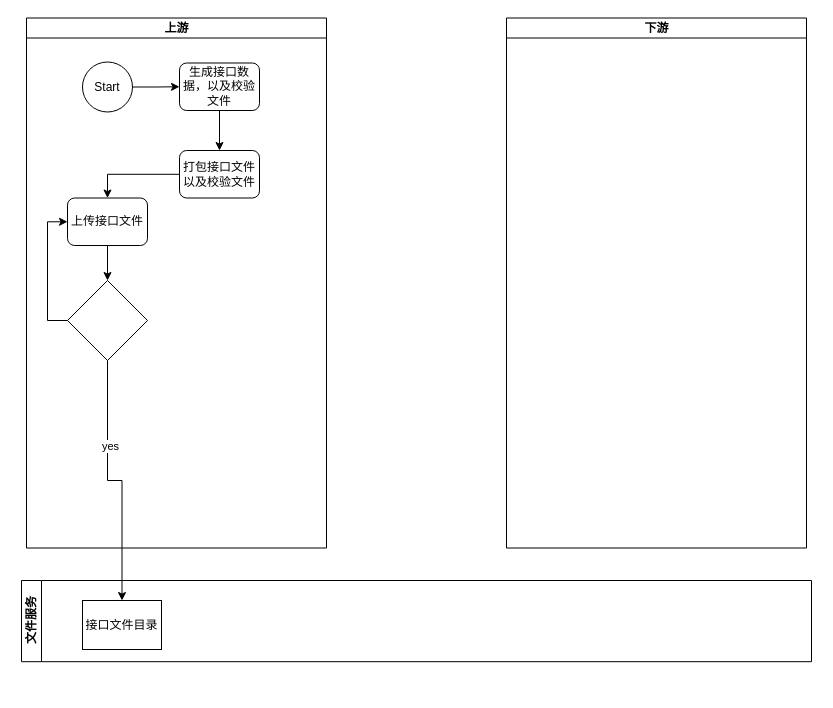
The draw.io diagram 未命名绘图.drawio in lsj188/myPlugin, before the edit. Source tidied: cells renumbered, new cells numbered last; positions are measured from the earlier drawing's top-left corner, leaving out a move shared by most shapes. Both pictures are drawn from the tidied source at 100%, with x=0, y=0 at pixel (-89, 62).
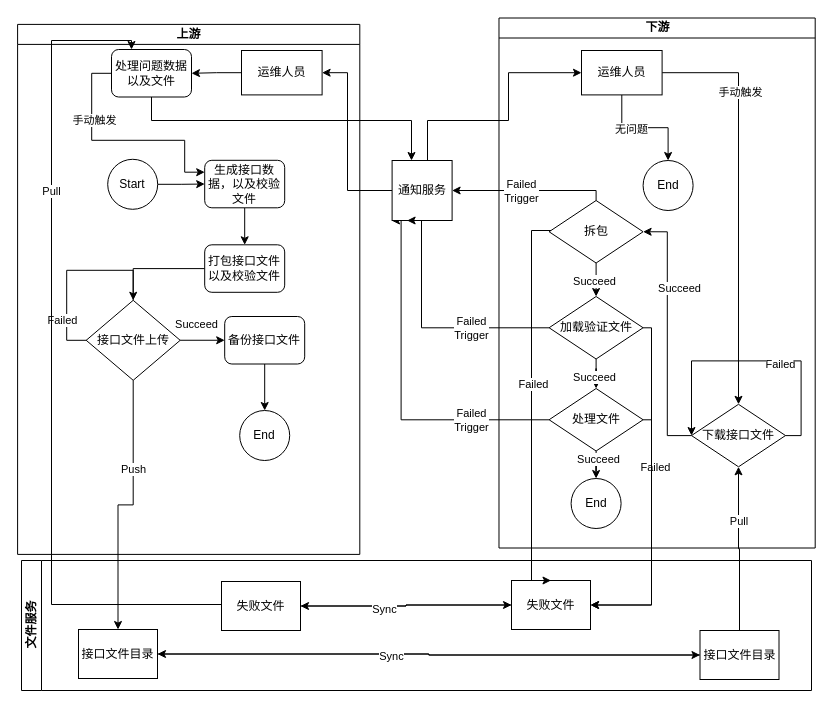
The same diagram, later.

Commit message:
更新未命名绘图.drawio

Diff of the diagram source:
```diff
@@
     <mxCell id="2" value="上游" style="swimlane;html=1;startSize=20;horizontal=0;rotation=90;" parent="1" vertex="1">
-      <mxGeometry y="70.5" width="530" height="300" as="geometry" />
+      <mxGeometry x="12.2" y="55.8" width="530" height="342.2" as="geometry" />
     </mxCell>
@@
     <mxCell id="4" value="Start" style="ellipse;whiteSpace=wrap;html=1;" parent="2" vertex="1">
-      <mxGeometry x="171" y="-71" width="50" height="50" as="geometry" />
+      <mxGeometry x="184" y="41" width="50" height="50" as="geometry" />
     </mxCell>
@@
     <mxCell id="6" value="生成接口数据，以及校验文件" style="rounded=1;whiteSpace=wrap;html=1;" parent="2" vertex="1">
-      <mxGeometry x="268" y="-70" width="80" height="47.5" as="geometry" />
+      <mxGeometry x="281" y="42" width="80" height="47.5" as="geometry" />
     </mxCell>
-    <mxCell id="7" style="edgeStyle=orthogonalEdgeStyle;rounded=0;jettySize=auto;html=1;entryX=0.5;entryY=0;entryDx=0;entryDy=0;" parent="2" edge="1" source="8" target="10">
+    <mxCell id="7" style="edgeStyle=orthogonalEdgeStyle;rounded=0;jettySize=auto;html=1;entryX=0.5;entryY=0;entryDx=0;entryDy=0;" parent="2" edge="1" source="8" target="12">
       <mxGeometry relative="1" as="geometry" />
     </mxCell>
     <mxCell id="8" value="打包接口文件以及校验文件" style="rounded=1;whiteSpace=wrap;html=1;" parent="2" vertex="1">
-      <mxGeometry x="268" y="17.5" width="80" height="47.5" as="geometry" />
+      <mxGeometry x="281" y="126.5" width="80" height="47.5" as="geometry" />
     </mxCell>
-    <mxCell id="9" style="edgeStyle=orthogonalEdgeStyle;rounded=0;jettySize=auto;html=1;exitX=0.5;exitY=1;exitDx=0;exitDy=0;entryX=0.5;entryY=0;entryDx=0;entryDy=0;" parent="2" edge="1" source="10" target="12">
-      <mxGeometry relative="1" as="geometry" />
-    </mxCell>
-    <mxCell id="10" value="上传接口文件" style="rounded=1;whiteSpace=wrap;html=1;" parent="2" vertex="1">
-      <mxGeometry x="156" y="65" width="80" height="47.5" as="geometry" />
-    </mxCell>
-    <mxCell id="11" style="edgeStyle=orthogonalEdgeStyle;rounded=0;jettySize=auto;html=1;entryX=0;entryY=0.5;entryDx=0;entryDy=0;" parent="2" edge="1" source="12" target="10">
-      <mxGeometry relative="1" as="geometry">
-        <Array as="points">
-          <mxPoint x="136" y="188" />
-          <mxPoint x="136" y="89" />
-        </Array>
-      </mxGeometry>
-    </mxCell>
+    <mxCell id="18" style="edgeStyle=orthogonalEdgeStyle;rounded=0;jettySize=auto;html=1;entryX=0;entryY=0.5;entryDx=0;entryDy=0;" parent="2" edge="1" source="12" target="23">
+      <mxGeometry relative="1" as="geometry" />
+    </mxCell>
+    <mxCell id="19" value="Succeed" style="edgeLabel;html=1;align=center;verticalAlign=middle;" parent="18" vertex="1">
+      <mxGeometry x="-0.28" y="-2" relative="1" as="geometry">
+        <mxPoint y="-18" as="offset" />
+      </mxGeometry>
+    </mxCell>
+    <mxCell id="20" style="edgeStyle=orthogonalEdgeStyle;rounded=0;orthogonalLoop=1;jettySize=auto;html=1;entryX=0.5;entryY=0;entryDx=0;entryDy=0;" parent="2" edge="1" source="12" target="12">
+      <mxGeometry relative="1" as="geometry">
+        <Array as="points">
+          <mxPoint x="209" y="152" />
+          <mxPoint x="143" y="152" />
+          <mxPoint x="143" y="222" />
+          <mxPoint x="209" y="222" />
+        </Array>
+      </mxGeometry>
+    </mxCell>
+    <mxCell id="21" value="Failed" style="edgeLabel;html=1;align=center;verticalAlign=middle;" parent="20" vertex="1">
+      <mxGeometry x="-0.33" y="-1" relative="1" as="geometry">
+        <mxPoint x="-10" y="51" as="offset" />
+      </mxGeometry>
+    </mxCell>
-    <mxCell id="12" style="rhombus;whiteSpace=wrap;html=1;" parent="2" vertex="1">
-      <mxGeometry x="156" y="147.5" width="80" height="80" as="geometry" />
+    <mxCell id="12" value="接口文件上传" style="rhombus;whiteSpace=wrap;html=1;" parent="2" vertex="1">
+      <mxGeometry x="162.5" y="182" width="94" height="80" as="geometry" />
     </mxCell>
+    <mxCell id="22" style="edgeStyle=orthogonalEdgeStyle;rounded=0;jettySize=auto;html=1;" parent="2" edge="1" source="23" target="29">
+      <mxGeometry relative="1" as="geometry" />
+    </mxCell>
+    <mxCell id="23" value="备份接口文件" style="rounded=1;whiteSpace=wrap;html=1;" parent="2" vertex="1">
+      <mxGeometry x="301" y="198.2" width="80" height="47.5" as="geometry" />
+    </mxCell>
+    <mxCell id="24" style="edgeStyle=orthogonalEdgeStyle;rounded=0;jettySize=auto;html=1;" parent="2" edge="1" source="25" target="28">
+      <mxGeometry relative="1" as="geometry" />
+    </mxCell>
+    <mxCell id="25" value="运维人员" style="rounded=0;whiteSpace=wrap;html=1;" parent="2" vertex="1">
+      <mxGeometry x="317.8" y="-67.8" width="80.6" height="44.4" as="geometry" />
+    </mxCell>
+    <mxCell id="26" style="edgeStyle=orthogonalEdgeStyle;rounded=0;jettySize=auto;html=1;entryX=0;entryY=0.25;entryDx=0;entryDy=0;" parent="2" edge="1" source="28" target="6">
+      <mxGeometry relative="1" as="geometry">
+        <Array as="points">
+          <mxPoint x="168" y="-45" />
+          <mxPoint x="168" y="22" />
+          <mxPoint x="261" y="22" />
+          <mxPoint x="261" y="54" />
+        </Array>
+      </mxGeometry>
+    </mxCell>
+    <mxCell id="27" value="手动触发" style="edgeLabel;html=1;align=center;verticalAlign=middle;" parent="26" vertex="1">
+      <mxGeometry x="-0.43" y="2" relative="1" as="geometry">
+        <mxPoint y="1" as="offset" />
+      </mxGeometry>
+    </mxCell>
+    <mxCell id="28" value="处理问题数据以及文件" style="rounded=1;whiteSpace=wrap;html=1;" parent="2" vertex="1">
+      <mxGeometry x="187.8" y="-68.8" width="80" height="47.5" as="geometry" />
+    </mxCell>
+    <mxCell id="29" value="End" style="ellipse;whiteSpace=wrap;html=1;direction=south;" parent="2" vertex="1">
+      <mxGeometry x="316" y="292.2" width="50" height="50" as="geometry" />
+    </mxCell>
     <mxCell id="13" value="文件服务" style="swimlane;html=1;startSize=20;horizontal=0;rotation=0;" parent="1" vertex="1">
-      <mxGeometry x="110" y="518" width="790" height="81.2" as="geometry" />
+      <mxGeometry x="110" y="498" width="790" height="130" as="geometry" />
     </mxCell>
+    <mxCell id="30" style="edgeStyle=orthogonalEdgeStyle;rounded=0;jettySize=auto;html=1;entryX=0;entryY=0.5;entryDx=0;entryDy=0;" parent="13" edge="1" source="14" target="33">
+      <mxGeometry relative="1" as="geometry" />
+    </mxCell>
     <mxCell id="14" value="接口文件目录" style="rounded=0;whiteSpace=wrap;html=1;" parent="13" vertex="1">
-      <mxGeometry x="61" y="20" width="79" height="49" as="geometry" />
+      <mxGeometry x="57" y="69" width="79" height="49" as="geometry" />
     </mxCell>
+    <mxCell id="31" style="edgeStyle=orthogonalEdgeStyle;rounded=0;jettySize=auto;html=1;entryX=1;entryY=0.5;entryDx=0;entryDy=0;" parent="13" edge="1" source="33" target="14">
+      <mxGeometry relative="1" as="geometry" />
+    </mxCell>
+    <mxCell id="32" value="Sync" style="edgeLabel;html=1;align=center;verticalAlign=middle;" parent="31" vertex="1">
+      <mxGeometry x="0.14" y="2" relative="1" as="geometry" />
+    </mxCell>
+    <mxCell id="33" value="接口文件目录" style="rounded=0;whiteSpace=wrap;html=1;" parent="13" vertex="1">
+      <mxGeometry x="678.5" y="70" width="79" height="49" as="geometry" />
+    </mxCell>
+    <mxCell id="34" style="edgeStyle=orthogonalEdgeStyle;rounded=0;jettySize=auto;html=1;entryX=1;entryY=0.5;entryDx=0;entryDy=0;" parent="13" edge="1" source="35" target="38">
+      <mxGeometry relative="1" as="geometry" />
+    </mxCell>
+    <mxCell id="35" value="失败文件" style="rounded=0;whiteSpace=wrap;html=1;" parent="13" vertex="1">
+      <mxGeometry x="490" y="20" width="79" height="49" as="geometry" />
+    </mxCell>
+    <mxCell id="36" style="edgeStyle=orthogonalEdgeStyle;rounded=0;jettySize=auto;html=1;entryX=0;entryY=0.5;entryDx=0;entryDy=0;" parent="13" edge="1" source="38" target="35">
+      <mxGeometry relative="1" as="geometry" />
+    </mxCell>
+    <mxCell id="37" value="Sync" style="edgeLabel;html=1;align=center;verticalAlign=middle;" parent="36" vertex="1">
+      <mxGeometry x="-0.22" y="-3" relative="1" as="geometry" />
+    </mxCell>
+    <mxCell id="38" value="失败文件" style="rounded=0;whiteSpace=wrap;html=1;" parent="13" vertex="1">
+      <mxGeometry x="200" y="21" width="79" height="49" as="geometry" />
+    </mxCell>
     <mxCell id="15" value="下游" style="swimlane;html=1;startSize=20;horizontal=0;rotation=90;" parent="1" vertex="1">
-      <mxGeometry x="480" y="70.5" width="530" height="300" as="geometry" />
+      <mxGeometry x="480.6" y="62.4" width="530" height="316.2" as="geometry" />
     </mxCell>
+    <mxCell id="39" style="edgeStyle=orthogonalEdgeStyle;rounded=0;jettySize=auto;html=1;" parent="15" edge="1" source="41" target="49">
+      <mxGeometry relative="1" as="geometry" />
+    </mxCell>
+    <mxCell id="40" value="Succeed" style="edgeLabel;html=1;align=center;verticalAlign=middle;" parent="39" vertex="1">
+      <mxGeometry x="0.34" y="-2" relative="1" as="geometry" />
+    </mxCell>
+    <mxCell id="41" value="拆包" style="rhombus;whiteSpace=wrap;html=1;" parent="15" vertex="1">
+      <mxGeometry x="157" y="75.6" width="94" height="62.5" as="geometry" />
+    </mxCell>
+    <mxCell id="42" style="edgeStyle=orthogonalEdgeStyle;rounded=0;jettySize=auto;html=1;entryX=1;entryY=0.5;entryDx=0;entryDy=0;" parent="15" edge="1" source="44" target="41">
+      <mxGeometry relative="1" as="geometry" />
+    </mxCell>
+    <mxCell id="43" value="Succeed" style="edgeLabel;html=1;align=center;verticalAlign=middle;" parent="42" vertex="1">
+      <mxGeometry x="0.26" relative="1" as="geometry">
+        <mxPoint x="12" y="-13" as="offset" />
+      </mxGeometry>
+    </mxCell>
+    <mxCell id="44" value="下载接口文件" style="rhombus;whiteSpace=wrap;html=1;" parent="15" vertex="1">
+      <mxGeometry x="299.4" y="279.4" width="94" height="62.5" as="geometry" />
+    </mxCell>
+    <mxCell id="45" style="edgeStyle=orthogonalEdgeStyle;rounded=0;orthogonalLoop=1;jettySize=auto;html=1;entryX=0;entryY=0.5;entryDx=0;entryDy=0;" parent="15" edge="1" source="44" target="44">
+      <mxGeometry relative="1" as="geometry">
+        <Array as="points">
+          <mxPoint x="409" y="311" />
+          <mxPoint x="409" y="236" />
+          <mxPoint x="299" y="236" />
+        </Array>
+      </mxGeometry>
+    </mxCell>
+    <mxCell id="46" value="Failed" style="edgeLabel;html=1;align=center;verticalAlign=middle;" parent="45" vertex="1">
+      <mxGeometry x="0.3" relative="1" as="geometry">
+        <mxPoint x="68" y="3" as="offset" />
+      </mxGeometry>
+    </mxCell>
+    <mxCell id="47" style="edgeStyle=orthogonalEdgeStyle;rounded=0;jettySize=auto;html=1;" parent="15" edge="1" source="49" target="54">
+      <mxGeometry relative="1" as="geometry" />
+    </mxCell>
+    <mxCell id="48" value="Succeed" style="edgeLabel;html=1;align=center;verticalAlign=middle;" parent="47" vertex="1">
+      <mxGeometry x="-0.29" y="-2" relative="1" as="geometry" />
+    </mxCell>
+    <mxCell id="49" value="加载验证文件" style="rhombus;whiteSpace=wrap;html=1;" parent="15" vertex="1">
+      <mxGeometry x="157" y="171.6" width="94" height="62.5" as="geometry" />
+    </mxCell>
+    <mxCell id="50" style="edgeStyle=orthogonalEdgeStyle;rounded=0;jettySize=auto;html=1;" parent="15" edge="1" source="54" target="55">
+      <mxGeometry relative="1" as="geometry" />
+    </mxCell>
+    <mxCell id="51" value="Succeed" style="edgeLabel;html=1;align=center;verticalAlign=middle;" parent="50" vertex="1">
+      <mxGeometry x="-0.28" y="1" relative="1" as="geometry">
+        <mxPoint x="1" y="-11" as="offset" />
+      </mxGeometry>
+    </mxCell>
+    <mxCell id="52" style="edgeStyle=orthogonalEdgeStyle;rounded=0;jettySize=auto;html=1;" parent="15" edge="1" source="54">
+      <mxGeometry relative="1" as="geometry">
+        <mxPoint x="-0.6" y="95.6" as="targetPoint" />
+        <Array as="points">
+          <mxPoint x="9" y="295" />
+          <mxPoint x="9" y="96" />
+        </Array>
+      </mxGeometry>
+    </mxCell>
+    <mxCell id="53" value="Failed&lt;br style=&quot;border-color: var(--border-color);&quot;&gt;Trigger" style="edgeLabel;html=1;align=center;verticalAlign=middle;" parent="52" vertex="1">
+      <mxGeometry x="-0.33" y="-1" relative="1" as="geometry">
+        <mxPoint x="42" y="1" as="offset" />
+      </mxGeometry>
+    </mxCell>
+    <mxCell id="54" value="处理文件" style="rhombus;whiteSpace=wrap;html=1;" parent="15" vertex="1">
+      <mxGeometry x="157" y="263.6" width="94" height="62.5" as="geometry" />
+    </mxCell>
+    <mxCell id="55" value="End" style="ellipse;whiteSpace=wrap;html=1;direction=south;" parent="15" vertex="1">
+      <mxGeometry x="179" y="353.6" width="50" height="50" as="geometry" />
+    </mxCell>
+    <mxCell id="56" style="edgeStyle=orthogonalEdgeStyle;rounded=0;jettySize=auto;html=1;entryX=0.5;entryY=0;entryDx=0;entryDy=0;" parent="15" edge="1" source="60" target="44">
+      <mxGeometry relative="1" as="geometry">
+        <Array as="points">
+          <mxPoint x="346" y="-52" />
+        </Array>
+      </mxGeometry>
+    </mxCell>
+    <mxCell id="57" value="手动触发" style="edgeLabel;html=1;align=center;verticalAlign=middle;" parent="56" vertex="1">
+      <mxGeometry x="-0.53" y="1" relative="1" as="geometry" />
+    </mxCell>
+    <mxCell id="58" style="edgeStyle=orthogonalEdgeStyle;rounded=0;jettySize=auto;html=1;" parent="15" edge="1" source="60" target="61">
+      <mxGeometry relative="1" as="geometry" />
+    </mxCell>
+    <mxCell id="59" value="无问题" style="edgeLabel;html=1;align=center;verticalAlign=middle;" parent="58" vertex="1">
+      <mxGeometry x="-0.25" y="-1" relative="1" as="geometry" />
+    </mxCell>
+    <mxCell id="60" value="运维人员" style="rounded=0;whiteSpace=wrap;html=1;" parent="15" vertex="1">
+      <mxGeometry x="189.4" y="-74.4" width="80.6" height="44.4" as="geometry" />
+    </mxCell>
+    <mxCell id="61" value="End" style="ellipse;whiteSpace=wrap;html=1;direction=south;" parent="15" vertex="1">
+      <mxGeometry x="251" y="35.6" width="50" height="50" as="geometry" />
+    </mxCell>
     <mxCell id="16" style="edgeStyle=orthogonalEdgeStyle;rounded=0;jettySize=auto;html=1;entryX=0.5;entryY=0;entryDx=0;entryDy=0;" parent="1" edge="1" source="12" target="14">
-      <mxGeometry relative="1" as="geometry">
-        <Array as="points">
-          <mxPoint x="196" y="418" />
-          <mxPoint x="210" y="418" />
-        </Array>
-      </mxGeometry>
+      <mxGeometry relative="1" as="geometry" />
     </mxCell>
-    <mxCell id="17" value="yes" style="edgeLabel;html=1;align=center;verticalAlign=middle;" parent="16" vertex="1">
-      <mxGeometry x="-0.33" y="2" relative="1" as="geometry" />
-    </mxCell>
+    <mxCell id="62" value="Push" style="edgeLabel;html=1;align=center;verticalAlign=middle;" parent="16" vertex="1">
+      <mxGeometry x="-0.33" relative="1" as="geometry" />
+    </mxCell>
+    <mxCell id="63" style="edgeStyle=orthogonalEdgeStyle;rounded=0;jettySize=auto;html=1;entryX=0.5;entryY=1;entryDx=0;entryDy=0;" parent="1" edge="1" source="33" target="44">
+      <mxGeometry relative="1" as="geometry" />
+    </mxCell>
+    <mxCell id="64" value="Pull&amp;nbsp;" style="edgeLabel;html=1;align=center;verticalAlign=middle;" parent="63" vertex="1">
+      <mxGeometry x="-0.35" y="-3" relative="1" as="geometry">
+        <mxPoint x="-3" y="-56" as="offset" />
+      </mxGeometry>
+    </mxCell>
+    <mxCell id="65" style="edgeStyle=orthogonalEdgeStyle;rounded=0;jettySize=auto;html=1;entryX=0.5;entryY=0;entryDx=0;entryDy=0;" parent="1" edge="1" source="41" target="35">
+      <mxGeometry relative="1" as="geometry">
+        <Array as="points">
+          <mxPoint x="620" y="168" />
+          <mxPoint x="620" y="518" />
+        </Array>
+      </mxGeometry>
+    </mxCell>
+    <mxCell id="66" value="Failed" style="edgeLabel;html=1;align=center;verticalAlign=middle;" parent="65" vertex="1">
+      <mxGeometry x="-0.22" y="1" relative="1" as="geometry">
+        <mxPoint y="21" as="offset" />
+      </mxGeometry>
+    </mxCell>
+    <mxCell id="67" style="edgeStyle=orthogonalEdgeStyle;rounded=0;jettySize=auto;html=1;entryX=0;entryY=0.5;entryDx=0;entryDy=0;" parent="1" edge="1" source="69" target="60">
+      <mxGeometry relative="1" as="geometry">
+        <Array as="points">
+          <mxPoint x="516" y="58" />
+          <mxPoint x="597" y="58" />
+          <mxPoint x="597" y="10" />
+        </Array>
+      </mxGeometry>
+    </mxCell>
+    <mxCell id="68" style="edgeStyle=orthogonalEdgeStyle;rounded=0;jettySize=auto;html=1;entryX=1;entryY=0.5;entryDx=0;entryDy=0;" parent="1" edge="1" source="69" target="25">
+      <mxGeometry relative="1" as="geometry">
+        <Array as="points">
+          <mxPoint x="436" y="128" />
+          <mxPoint x="436" y="10" />
+        </Array>
+      </mxGeometry>
+    </mxCell>
+    <mxCell id="69" value="通知服务" style="whiteSpace=wrap;html=1;" parent="1" vertex="1">
+      <mxGeometry x="480.6" y="98" width="60" height="60" as="geometry" />
+    </mxCell>
+    <mxCell id="70" style="edgeStyle=orthogonalEdgeStyle;rounded=0;jettySize=auto;html=1;entryX=1;entryY=0.5;entryDx=0;entryDy=0;" parent="1" edge="1" source="41" target="69">
+      <mxGeometry relative="1" as="geometry">
+        <Array as="points">
+          <mxPoint x="685" y="128" />
+        </Array>
+      </mxGeometry>
+    </mxCell>
+    <mxCell id="71" value="Failed&lt;br&gt;Trigger" style="edgeLabel;html=1;align=center;verticalAlign=middle;" parent="70" vertex="1">
+      <mxGeometry x="0.19" y="1" relative="1" as="geometry">
+        <mxPoint x="7" y="-1" as="offset" />
+      </mxGeometry>
+    </mxCell>
+    <mxCell id="72" style="edgeStyle=orthogonalEdgeStyle;rounded=0;jettySize=auto;html=1;entryX=0.25;entryY=1;entryDx=0;entryDy=0;" parent="1" edge="1" source="49" target="69">
+      <mxGeometry relative="1" as="geometry">
+        <Array as="points">
+          <mxPoint x="510" y="265" />
+          <mxPoint x="510" y="158" />
+        </Array>
+      </mxGeometry>
+    </mxCell>
+    <mxCell id="73" value="Failed&lt;br style=&quot;border-color: var(--border-color);&quot;&gt;Trigger" style="edgeLabel;html=1;align=center;verticalAlign=middle;" parent="72" vertex="1">
+      <mxGeometry x="-0.23" y="-2" relative="1" as="geometry">
+        <mxPoint x="18" y="2" as="offset" />
+      </mxGeometry>
+    </mxCell>
+    <mxCell id="74" style="edgeStyle=orthogonalEdgeStyle;rounded=0;jettySize=auto;html=1;entryX=1;entryY=0.5;entryDx=0;entryDy=0;" parent="1" edge="1" source="54" target="35">
+      <mxGeometry relative="1" as="geometry">
+        <Array as="points">
+          <mxPoint x="740" y="357" />
+          <mxPoint x="740" y="542" />
+        </Array>
+      </mxGeometry>
+    </mxCell>
+    <mxCell id="75" value="Failed" style="edgeLabel;html=1;align=center;verticalAlign=middle;" parent="74" vertex="1">
+      <mxGeometry x="-0.56" y="3" relative="1" as="geometry" />
+    </mxCell>
+    <mxCell id="76" style="edgeStyle=orthogonalEdgeStyle;rounded=0;jettySize=auto;html=1;entryX=1;entryY=0.5;entryDx=0;entryDy=0;" parent="1" edge="1" source="49" target="35">
+      <mxGeometry relative="1" as="geometry">
+        <Array as="points">
+          <mxPoint x="740" y="265" />
+          <mxPoint x="740" y="543" />
+        </Array>
+      </mxGeometry>
+    </mxCell>
+    <mxCell id="77" style="edgeStyle=orthogonalEdgeStyle;rounded=0;jettySize=auto;html=1;entryX=0.25;entryY=0;entryDx=0;entryDy=0;" parent="1" edge="1" source="38" target="28">
+      <mxGeometry relative="1" as="geometry">
+        <Array as="points">
+          <mxPoint x="140" y="542" />
+          <mxPoint x="140" y="-22" />
+          <mxPoint x="220" y="-22" />
+        </Array>
+      </mxGeometry>
+    </mxCell>
+    <mxCell id="78" value="Pull" style="edgeLabel;html=1;align=center;verticalAlign=middle;" parent="77" vertex="1">
+      <mxGeometry x="0.42" y="1" relative="1" as="geometry" />
+    </mxCell>
+    <mxCell id="79" style="edgeStyle=orthogonalEdgeStyle;rounded=0;jettySize=auto;html=1;" parent="1" edge="1" source="28" target="69">
+      <mxGeometry relative="1" as="geometry">
+        <Array as="points">
+          <mxPoint x="240" y="58" />
+          <mxPoint x="500" y="58" />
+        </Array>
+      </mxGeometry>
+    </mxCell>
```
